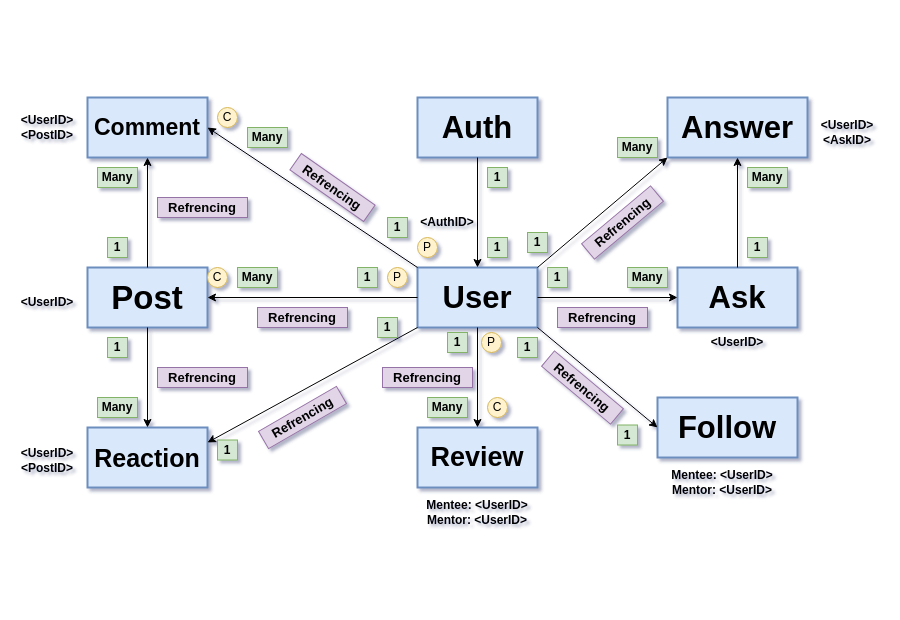
The draw.io diagram page "DB Collections and relationships" (1 of 2) of server/arch/DB-Schemas.drawio in alyQamar/buslah, before the edit. Source tidied: cells renumbered, new cells numbered last; positions are measured from the earlier drawing's top-left corner, leaving out a move shared by most shapes. Both pictures are drawn from the tidied source at 100%, with x=0, y=0 at pixel (17, 97).
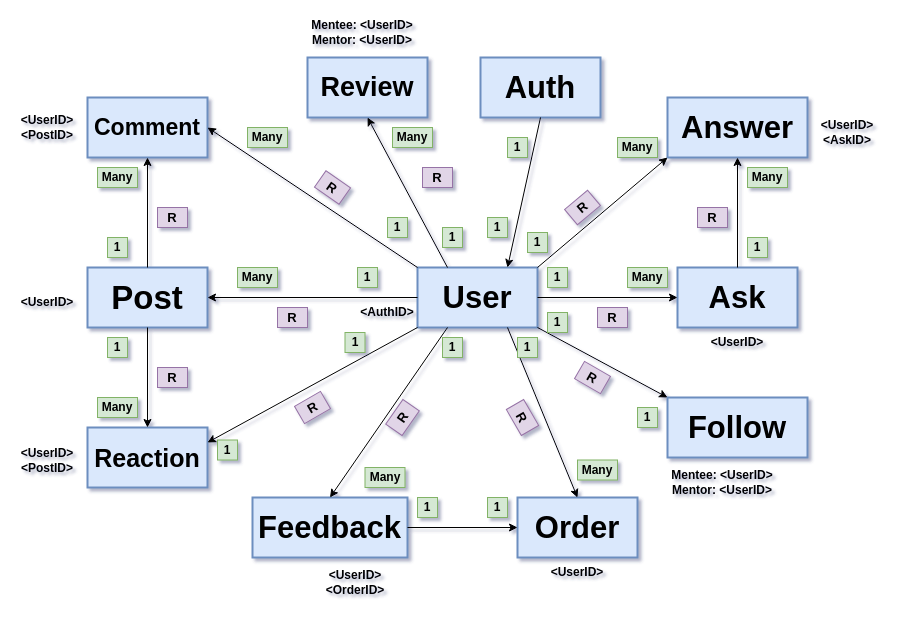
Above is the later version.

Commit message (it also covers changes not shown here):
Enhanced Database Diagrams

The change refers to these unchanged cells:
```xml
<mxCell id="2" value="User" style="rounded=0;whiteSpace=wrap;html=1;strokeWidth=2;fontSize=31;fontStyle=1;fillColor=#dae8fc;strokeColor=#6c8ebf;" parent="1" vertex="1">
  <mxGeometry x="400" y="170" width="120" height="60" as="geometry" />
</mxCell>
```

Diff of the diagram source:
```diff
@@
     <mxCell id="6" value="Review" style="rounded=0;whiteSpace=wrap;html=1;strokeWidth=2;fontSize=27;fontStyle=1;fillColor=#dae8fc;strokeColor=#6c8ebf;" parent="1" vertex="1">
-      <mxGeometry x="400" y="330" width="120" height="60" as="geometry" />
+      <mxGeometry x="290" y="-40" width="120" height="60" as="geometry" />
     </mxCell>
     <mxCell id="7" value="Auth" style="rounded=0;whiteSpace=wrap;html=1;strokeWidth=2;fontSize=31;fontStyle=1;fillColor=#dae8fc;strokeColor=#6c8ebf;" parent="1" vertex="1">
-      <mxGeometry x="400" width="120" height="60" as="geometry" />
+      <mxGeometry x="463" y="-40" width="120" height="60" as="geometry" />
     </mxCell>
@@
-    <mxCell id="10" style="endArrow=classic;html=1;rounded=0;exitX=0.5;exitY=1;exitDx=0;exitDy=0;entryX=0.5;entryY=0;entryDx=0;entryDy=0;" parent="1" edge="1" source="7" target="2">
+    <mxCell id="10" style="endArrow=classic;html=1;rounded=0;exitX=0.5;exitY=1;exitDx=0;exitDy=0;entryX=0.75;entryY=0;entryDx=0;entryDy=0;" parent="1" edge="1" source="7" target="2">
       <mxGeometry relative="1" as="geometry" />
     </mxCell>
-    <mxCell id="11" style="endArrow=classic;html=1;rounded=0;exitX=0.5;exitY=1;exitDx=0;exitDy=0;entryX=0.5;entryY=0;entryDx=0;entryDy=0;" parent="1" edge="1" source="2" target="6">
+    <mxCell id="11" style="endArrow=classic;html=1;rounded=0;exitX=0.25;exitY=0;exitDx=0;exitDy=0;entryX=0.5;entryY=1;entryDx=0;entryDy=0;" parent="1" edge="1" source="2" target="6">
       <mxGeometry relative="1" as="geometry" />
     </mxCell>
@@
-    <mxCell id="15" value="P" style="ellipse;whiteSpace=wrap;html=1;fillColor=#fff2cc;strokeColor=#d6b656;" parent="1" vertex="1">
-      <mxGeometry x="464" y="235" width="20" height="20" as="geometry" />
-    </mxCell>
-    <mxCell id="16" value="C" style="ellipse;whiteSpace=wrap;html=1;fillColor=#fff2cc;strokeColor=#d6b656;" parent="1" vertex="1">
-      <mxGeometry x="470" y="300" width="20" height="20" as="geometry" />
-    </mxCell>
-    <mxCell id="17" value="P" style="ellipse;whiteSpace=wrap;html=1;fillColor=#fff2cc;strokeColor=#d6b656;" parent="1" vertex="1">
-      <mxGeometry x="370" y="170" width="20" height="20" as="geometry" />
-    </mxCell>
-    <mxCell id="18" value="C" style="ellipse;whiteSpace=wrap;html=1;fillColor=#fff2cc;strokeColor=#d6b656;" parent="1" vertex="1">
-      <mxGeometry x="190" y="170" width="20" height="20" as="geometry" />
-    </mxCell>
-    <mxCell id="19" value="P" style="ellipse;whiteSpace=wrap;html=1;fillColor=#fff2cc;strokeColor=#d6b656;" parent="1" vertex="1">
-      <mxGeometry x="400" y="140" width="20" height="20" as="geometry" />
-    </mxCell>
-    <mxCell id="20" value="C" style="ellipse;whiteSpace=wrap;html=1;fillColor=#fff2cc;strokeColor=#d6b656;" parent="1" vertex="1">
-      <mxGeometry x="200" y="10" width="20" height="20" as="geometry" />
-    </mxCell>
@@
     <mxCell id="27" value="1" style="text;html=1;strokeColor=#82b366;fillColor=#d5e8d4;align=center;verticalAlign=middle;whiteSpace=wrap;rounded=0;fontStyle=1;" parent="1" vertex="1">
-      <mxGeometry x="360" y="220" width="20" height="20" as="geometry" />
+      <mxGeometry x="327.5" y="235" width="20" height="20" as="geometry" />
     </mxCell>
@@
     <mxCell id="29" value="1" style="text;html=1;strokeColor=#82b366;fillColor=#d5e8d4;align=center;verticalAlign=middle;whiteSpace=wrap;rounded=0;fontStyle=1;" parent="1" vertex="1">
-      <mxGeometry x="430" y="235" width="20" height="20" as="geometry" />
+      <mxGeometry x="425" y="130" width="20" height="20" as="geometry" />
     </mxCell>
     <mxCell id="30" value="Many" style="text;html=1;strokeColor=#82b366;fillColor=#d5e8d4;align=center;verticalAlign=middle;whiteSpace=wrap;rounded=0;fontStyle=1;" parent="1" vertex="1">
-      <mxGeometry x="410" y="300" width="40" height="20" as="geometry" />
+      <mxGeometry x="375" y="30" width="40" height="20" as="geometry" />
     </mxCell>
     <mxCell id="31" value="1" style="text;html=1;strokeColor=#82b366;fillColor=#d5e8d4;align=center;verticalAlign=middle;whiteSpace=wrap;rounded=0;fontStyle=1;" parent="1" vertex="1">
-      <mxGeometry x="470" y="70" width="20" height="20" as="geometry" />
+      <mxGeometry x="490" y="40" width="20" height="20" as="geometry" />
     </mxCell>
     <mxCell id="32" value="1" style="text;html=1;strokeColor=#82b366;fillColor=#d5e8d4;align=center;verticalAlign=middle;whiteSpace=wrap;rounded=0;fontStyle=1;" parent="1" vertex="1">
-      <mxGeometry x="470" y="140" width="20" height="20" as="geometry" />
+      <mxGeometry x="470" y="120" width="20" height="20" as="geometry" />
     </mxCell>
@@
-    <mxCell id="35" value="Refrencing" style="text;html=1;align=center;verticalAlign=middle;whiteSpace=wrap;rounded=0;fontSize=13;fontStyle=1;fillColor=#e1d5e7;strokeColor=#9673a6;rotation=35;" parent="1" vertex="1">
-      <mxGeometry x="270" y="80" width="90" height="20" as="geometry" />
+    <mxCell id="35" value="R" style="text;html=1;align=center;verticalAlign=middle;whiteSpace=wrap;rounded=0;fontSize=13;fontStyle=1;fillColor=#e1d5e7;strokeColor=#9673a6;rotation=35;" parent="1" vertex="1">
+      <mxGeometry x="300" y="80" width="30" height="20" as="geometry" />
     </mxCell>
-    <mxCell id="36" value="Refrencing" style="text;html=1;align=center;verticalAlign=middle;whiteSpace=wrap;rounded=0;fontSize=13;fontStyle=1;fillColor=#e1d5e7;strokeColor=#9673a6;rotation=-30;" parent="1" vertex="1">
-      <mxGeometry x="240" y="310" width="90" height="20" as="geometry" />
-    </mxCell>
-    <mxCell id="37" value="Refrencing" style="text;html=1;align=center;verticalAlign=middle;whiteSpace=wrap;rounded=0;fontSize=13;fontStyle=1;fillColor=#e1d5e7;strokeColor=#9673a6;rotation=0;" parent="1" vertex="1">
-      <mxGeometry x="240" y="210" width="90" height="20" as="geometry" />
-    </mxCell>
     <mxCell id="38" value="&amp;lt;AuthID&amp;gt;" style="text;html=1;strokeColor=none;fillColor=none;align=center;verticalAlign=middle;whiteSpace=wrap;rounded=0;fontStyle=1;" parent="1" vertex="1">
-      <mxGeometry x="400" y="110" width="60" height="30" as="geometry" />
+      <mxGeometry x="340" y="200" width="60" height="30" as="geometry" />
     </mxCell>
     <mxCell id="39" value="Mentee: &amp;lt;UserID&amp;gt;&lt;br&gt;Mentor: &amp;lt;UserID&amp;gt;" style="text;html=1;strokeColor=none;fillColor=none;align=center;verticalAlign=middle;whiteSpace=wrap;rounded=0;fontStyle=1;" parent="1" vertex="1">
-      <mxGeometry x="405" y="400" width="110" height="30" as="geometry" />
+      <mxGeometry x="290" y="-80" width="110" height="30" as="geometry" />
     </mxCell>
@@
-    <mxCell id="43" value="Refrencing" style="text;html=1;align=center;verticalAlign=middle;whiteSpace=wrap;rounded=0;fontSize=13;fontStyle=1;fillColor=#e1d5e7;strokeColor=#9673a6;rotation=0;" parent="1" vertex="1">
-      <mxGeometry x="140" y="270" width="90" height="20" as="geometry" />
-    </mxCell>
-    <mxCell id="44" value="Refrencing" style="text;html=1;align=center;verticalAlign=middle;whiteSpace=wrap;rounded=0;fontSize=13;fontStyle=1;fillColor=#e1d5e7;strokeColor=#9673a6;rotation=0;" parent="1" vertex="1">
-      <mxGeometry x="140" y="100" width="90" height="20" as="geometry" />
-    </mxCell>
@@
     <mxCell id="47" value="Follow" style="rounded=0;whiteSpace=wrap;html=1;strokeWidth=2;fontSize=31;fontStyle=1;fillColor=#dae8fc;strokeColor=#6c8ebf;" parent="1" vertex="1">
-      <mxGeometry x="640" y="300" width="140" height="60" as="geometry" />
+      <mxGeometry x="650" y="300" width="140" height="60" as="geometry" />
     </mxCell>
-    <mxCell id="48" value="Refrencing" style="text;html=1;align=center;verticalAlign=middle;whiteSpace=wrap;rounded=0;fontSize=13;fontStyle=1;fillColor=#e1d5e7;strokeColor=#9673a6;rotation=0;" parent="1" vertex="1">
-      <mxGeometry x="365" y="270" width="90" height="20" as="geometry" />
-    </mxCell>
-    <mxCell id="49" style="endArrow=classic;html=1;rounded=0;exitX=1;exitY=1;exitDx=0;exitDy=0;entryX=0;entryY=0.5;entryDx=0;entryDy=0;" parent="1" edge="1" source="2" target="47">
+    <mxCell id="49" style="endArrow=classic;html=1;rounded=0;exitX=1;exitY=1;exitDx=0;exitDy=0;entryX=0;entryY=0;entryDx=0;entryDy=0;" parent="1" edge="1" source="2" target="47">
       <mxGeometry relative="1" as="geometry" />
     </mxCell>
@@
     <mxCell id="55" value="1" style="text;html=1;strokeColor=#82b366;fillColor=#d5e8d4;align=center;verticalAlign=middle;whiteSpace=wrap;rounded=0;fontStyle=1;" parent="1" vertex="1">
-      <mxGeometry x="500" y="240" width="20" height="20" as="geometry" />
+      <mxGeometry x="530" y="215" width="20" height="20" as="geometry" />
     </mxCell>
@@
     <mxCell id="60" value="1" style="text;html=1;strokeColor=#82b366;fillColor=#d5e8d4;align=center;verticalAlign=middle;whiteSpace=wrap;rounded=0;fontStyle=1;" parent="1" vertex="1">
-      <mxGeometry x="600" y="327.5" width="20" height="20" as="geometry" />
+      <mxGeometry x="620" y="310" width="20" height="20" as="geometry" />
     </mxCell>
@@
-    <mxCell id="64" value="Refrencing" style="text;html=1;align=center;verticalAlign=middle;whiteSpace=wrap;rounded=0;fontSize=13;fontStyle=1;fillColor=#e1d5e7;strokeColor=#9673a6;rotation=40;" parent="1" vertex="1">
-      <mxGeometry x="520" y="280" width="90" height="20" as="geometry" />
-    </mxCell>
-    <mxCell id="65" value="Refrencing" style="text;html=1;align=center;verticalAlign=middle;whiteSpace=wrap;rounded=0;fontSize=13;fontStyle=1;fillColor=#e1d5e7;strokeColor=#9673a6;rotation=-40;" parent="1" vertex="1">
-      <mxGeometry x="560" y="115" width="90" height="20" as="geometry" />
-    </mxCell>
-    <mxCell id="66" value="Refrencing" style="text;html=1;align=center;verticalAlign=middle;whiteSpace=wrap;rounded=0;fontSize=13;fontStyle=1;fillColor=#e1d5e7;strokeColor=#9673a6;rotation=0;" parent="1" vertex="1">
-      <mxGeometry x="540" y="210" width="90" height="20" as="geometry" />
-    </mxCell>
+    <mxCell id="67" value="R" style="text;html=1;align=center;verticalAlign=middle;whiteSpace=wrap;rounded=0;fontSize=13;fontStyle=1;fillColor=#e1d5e7;strokeColor=#9673a6;rotation=-40;" parent="1" vertex="1">
+      <mxGeometry x="550" y="100" width="30" height="20" as="geometry" />
+    </mxCell>
+    <mxCell id="68" value="R" style="text;html=1;align=center;verticalAlign=middle;whiteSpace=wrap;rounded=0;fontSize=13;fontStyle=1;fillColor=#e1d5e7;strokeColor=#9673a6;rotation=0;" parent="1" vertex="1">
+      <mxGeometry x="405" y="70" width="30" height="20" as="geometry" />
+    </mxCell>
+    <mxCell id="69" value="R" style="text;html=1;align=center;verticalAlign=middle;whiteSpace=wrap;rounded=0;fontSize=13;fontStyle=1;fillColor=#e1d5e7;strokeColor=#9673a6;rotation=0;" parent="1" vertex="1">
+      <mxGeometry x="580" y="210" width="30" height="20" as="geometry" />
+    </mxCell>
+    <mxCell id="70" value="R" style="text;html=1;align=center;verticalAlign=middle;whiteSpace=wrap;rounded=0;fontSize=13;fontStyle=1;fillColor=#e1d5e7;strokeColor=#9673a6;rotation=0;" parent="1" vertex="1">
+      <mxGeometry x="260" y="210" width="30" height="20" as="geometry" />
+    </mxCell>
+    <mxCell id="71" value="R" style="text;html=1;align=center;verticalAlign=middle;whiteSpace=wrap;rounded=0;fontSize=13;fontStyle=1;fillColor=#e1d5e7;strokeColor=#9673a6;rotation=0;" parent="1" vertex="1">
+      <mxGeometry x="140" y="110" width="30" height="20" as="geometry" />
+    </mxCell>
+    <mxCell id="72" value="R" style="text;html=1;align=center;verticalAlign=middle;whiteSpace=wrap;rounded=0;fontSize=13;fontStyle=1;fillColor=#e1d5e7;strokeColor=#9673a6;rotation=30;" parent="1" vertex="1">
+      <mxGeometry x="560" y="270" width="30" height="20" as="geometry" />
+    </mxCell>
+    <mxCell id="73" value="R" style="text;html=1;align=center;verticalAlign=middle;whiteSpace=wrap;rounded=0;fontSize=13;fontStyle=1;fillColor=#e1d5e7;strokeColor=#9673a6;rotation=-30;" parent="1" vertex="1">
+      <mxGeometry x="280" y="300" width="30" height="20" as="geometry" />
+    </mxCell>
+    <mxCell id="74" value="R" style="text;html=1;align=center;verticalAlign=middle;whiteSpace=wrap;rounded=0;fontSize=13;fontStyle=1;fillColor=#e1d5e7;strokeColor=#9673a6;rotation=0;" parent="1" vertex="1">
+      <mxGeometry x="140" y="270" width="30" height="20" as="geometry" />
+    </mxCell>
+    <mxCell id="75" value="R" style="text;html=1;align=center;verticalAlign=middle;whiteSpace=wrap;rounded=0;fontSize=13;fontStyle=1;fillColor=#e1d5e7;strokeColor=#9673a6;rotation=0;" parent="1" vertex="1">
+      <mxGeometry x="680" y="110" width="30" height="20" as="geometry" />
+    </mxCell>
+    <mxCell id="76" value="Order" style="rounded=0;whiteSpace=wrap;html=1;strokeWidth=2;fontSize=31;fontStyle=1;fillColor=#dae8fc;strokeColor=#6c8ebf;" parent="1" vertex="1">
+      <mxGeometry x="500" y="400" width="120" height="60" as="geometry" />
+    </mxCell>
+    <mxCell id="77" value="Feedback" style="rounded=0;whiteSpace=wrap;html=1;strokeWidth=2;fontSize=31;fontStyle=1;fillColor=#dae8fc;strokeColor=#6c8ebf;" parent="1" vertex="1">
+      <mxGeometry x="235" y="400" width="155" height="60" as="geometry" />
+    </mxCell>
+    <mxCell id="78" style="endArrow=classic;html=1;rounded=0;exitX=0.25;exitY=1;exitDx=0;exitDy=0;entryX=0.5;entryY=0;entryDx=0;entryDy=0;" parent="1" edge="1" source="2" target="77">
+      <mxGeometry relative="1" as="geometry" />
+    </mxCell>
+    <mxCell id="79" style="endArrow=classic;html=1;rounded=0;exitX=0.75;exitY=1;exitDx=0;exitDy=0;entryX=0.5;entryY=0;entryDx=0;entryDy=0;" parent="1" edge="1" source="2" target="76">
+      <mxGeometry relative="1" as="geometry" />
+    </mxCell>
+    <mxCell id="80" value="1" style="text;html=1;strokeColor=#82b366;fillColor=#d5e8d4;align=center;verticalAlign=middle;whiteSpace=wrap;rounded=0;fontStyle=1;" parent="1" vertex="1">
+      <mxGeometry x="500" y="240" width="20" height="20" as="geometry" />
+    </mxCell>
+    <mxCell id="81" value="Many" style="text;html=1;strokeColor=#82b366;fillColor=#d5e8d4;align=center;verticalAlign=middle;whiteSpace=wrap;rounded=0;fontStyle=1;" parent="1" vertex="1">
+      <mxGeometry x="560" y="362.5" width="40" height="20" as="geometry" />
+    </mxCell>
+    <mxCell id="82" value="Many" style="text;html=1;strokeColor=#82b366;fillColor=#d5e8d4;align=center;verticalAlign=middle;whiteSpace=wrap;rounded=0;fontStyle=1;" parent="1" vertex="1">
+      <mxGeometry x="347.5" y="370" width="40" height="20" as="geometry" />
+    </mxCell>
+    <mxCell id="83" value="1" style="text;html=1;strokeColor=#82b366;fillColor=#d5e8d4;align=center;verticalAlign=middle;whiteSpace=wrap;rounded=0;fontStyle=1;" parent="1" vertex="1">
+      <mxGeometry x="425" y="240" width="20" height="20" as="geometry" />
+    </mxCell>
+    <mxCell id="84" value="&amp;lt;UserID&amp;gt;" style="text;html=1;strokeColor=none;fillColor=none;align=center;verticalAlign=middle;whiteSpace=wrap;rounded=0;fontStyle=1;" parent="1" vertex="1">
+      <mxGeometry x="525" y="460" width="70" height="30" as="geometry" />
+    </mxCell>
+    <mxCell id="85" value="&amp;lt;UserID&amp;gt;&lt;br&gt;&amp;lt;OrderID&amp;gt;" style="text;html=1;strokeColor=none;fillColor=none;align=center;verticalAlign=middle;whiteSpace=wrap;rounded=0;fontStyle=1;" parent="1" vertex="1">
+      <mxGeometry x="302.5" y="470" width="70" height="30" as="geometry" />
+    </mxCell>
+    <mxCell id="86" style="endArrow=classic;html=1;rounded=0;exitX=1;exitY=0.5;exitDx=0;exitDy=0;entryX=0;entryY=0.5;entryDx=0;entryDy=0;" parent="1" edge="1" source="77" target="76">
+      <mxGeometry relative="1" as="geometry" />
+    </mxCell>
+    <mxCell id="87" value="1" style="text;html=1;strokeColor=#82b366;fillColor=#d5e8d4;align=center;verticalAlign=middle;whiteSpace=wrap;rounded=0;fontStyle=1;" parent="1" vertex="1">
+      <mxGeometry x="470" y="400" width="20" height="20" as="geometry" />
+    </mxCell>
+    <mxCell id="88" value="1" style="text;html=1;strokeColor=#82b366;fillColor=#d5e8d4;align=center;verticalAlign=middle;whiteSpace=wrap;rounded=0;fontStyle=1;" parent="1" vertex="1">
+      <mxGeometry x="400" y="400" width="20" height="20" as="geometry" />
+    </mxCell>
+    <mxCell id="89" value="R" style="text;html=1;align=center;verticalAlign=middle;whiteSpace=wrap;rounded=0;fontSize=13;fontStyle=1;fillColor=#e1d5e7;strokeColor=#9673a6;rotation=60;" parent="1" vertex="1">
+      <mxGeometry x="490" y="310" width="30" height="20" as="geometry" />
+    </mxCell>
+    <mxCell id="90" value="R" style="text;html=1;align=center;verticalAlign=middle;whiteSpace=wrap;rounded=0;fontSize=13;fontStyle=1;fillColor=#e1d5e7;strokeColor=#9673a6;rotation=-55;" parent="1" vertex="1">
+      <mxGeometry x="370" y="310" width="30" height="20" as="geometry" />
+    </mxCell>
```
